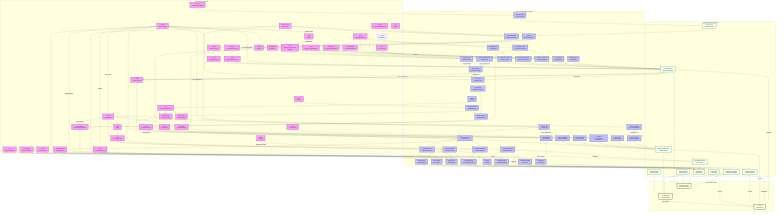
The Mermaid diagram docs/figures/scoliosis_mechanism_map.png in sayuj1989-ops/life, before a commit. Its source is kept beside it as docs/figures/scoliosis_mechanism_map.mmd.
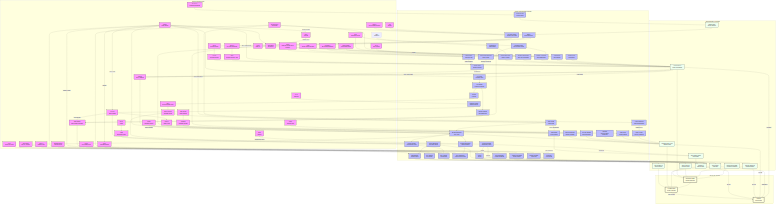
After the commit.

Commit message:
weekly-map: add LOXL3 ECM Crosslinking arc

Diff of the diagram source:
```diff
@@ -38,6 +38,7 @@
         KCNQ[KCNQ<br/>Potassium Channel]
         GPX4[GPX4<br/>Antioxidant Defense]
         CAV1[CAV1<br/>Caveolin-1]
+        LOXL3[LOXL3<br/>Lysyl Oxidase Like 3]
     end
 
     subgraph Processes [Cellular & Developmental Processes]
@@ -80,6 +81,7 @@
         VEGF_A[VEGF-A/PGE2<br/>Secretory Response]
         Ferroptosis[Ferroptosis<br/>Iron Overload]
         Membrane_Tension[Membrane Tension<br/>Buffering Reserve]
+        Crosslinking[Collagen Crosslinking<br/>Tensile Strength]
     end
 
     subgraph Tissue [Tissue Mechanics & Properties]
@@ -276,10 +278,14 @@
     Muscle_Tone -- "Micro-Tremor Dither" --> PIEZO2
 
 
+
+    LOXL3 --> Crosslinking
+    Crosslinking --> Stiffness
+
     CAV1 --> Membrane_Tension
     Membrane_Tension --> YAP
 
-    class HOX,COL,PIEZO1,PIEZO2,CILIA,LBX1,ADGRG6,PTK7,YAP,PKD2L1,MMP,URP,UTS2R,GFAP,VIM,LAMIN,BMAL1,RUNX3,METTL3,ESR1,MELATONIN,MT2,HIF1A,POC5,DSTYK,TFEB,Beta_Catenin,DPY19L1L,IGF1R,GHR,SOST,FBN1,CCN,PPARGC1A,KCNQ,GPX4,CAV1 gene;
-    class Region,ECM_Assembly,Mech_Trans,Sym_Break,Neur_Diff,Muscle_Diff,Disc_Maint,PCP_Sig,Nucl_Shuttle,CSF_Sensing,Degradation,Astrogliosis,mtROS,Adipogenesis,Hydraulic_Congestion,Immune_Infilt,Circadian_Entrain,Proprio_Maint,H3K9me3,VCL_Stasis,Glymphatic_Stasis,Vestibular_Input,Gi_cAMP,Ciliary_Tuning,Hypoxia,Osteogenesis,Ciliary_Splint,Vacuole_Biogenesis,C_Mannosylation,Rapid_Growth,Energy_Deficit,mtBiogenesis,Fibrosis,TGFB,Osteocyte_Dendrite,Actin_Dynamics,VEGF_A,Ferroptosis,Membrane_Tension process;
+    class HOX,COL,PIEZO1,PIEZO2,CILIA,LBX1,ADGRG6,PTK7,YAP,PKD2L1,MMP,URP,UTS2R,GFAP,VIM,LAMIN,BMAL1,RUNX3,METTL3,ESR1,MELATONIN,MT2,HIF1A,POC5,DSTYK,TFEB,Beta_Catenin,DPY19L1L,IGF1R,GHR,SOST,FBN1,CCN,PPARGC1A,KCNQ,GPX4,CAV1,LOXL3 gene;
+    class Region,ECM_Assembly,Mech_Trans,Sym_Break,Neur_Diff,Muscle_Diff,Disc_Maint,PCP_Sig,Nucl_Shuttle,CSF_Sensing,Degradation,Astrogliosis,mtROS,Adipogenesis,Hydraulic_Congestion,Immune_Infilt,Circadian_Entrain,Proprio_Maint,H3K9me3,VCL_Stasis,Glymphatic_Stasis,Vestibular_Input,Gi_cAMP,Ciliary_Tuning,Hypoxia,Osteogenesis,Ciliary_Splint,Vacuole_Biogenesis,C_Mannosylation,Rapid_Growth,Energy_Deficit,mtBiogenesis,Fibrosis,TGFB,Osteocyte_Dendrite,Actin_Dynamics,VEGF_A,Ferroptosis,Membrane_Tension,Crosslinking process;
     class Rest_Kappa,Stiffness,Torsional_Stiffness,Gain,Torsion,Muscle_Tone,Anisotropy,TMD,Reissner_Fiber,Growth_Plate_Dysplasia tissue;
     class S_Curve,Stability,Scoliosis outcome;
```
